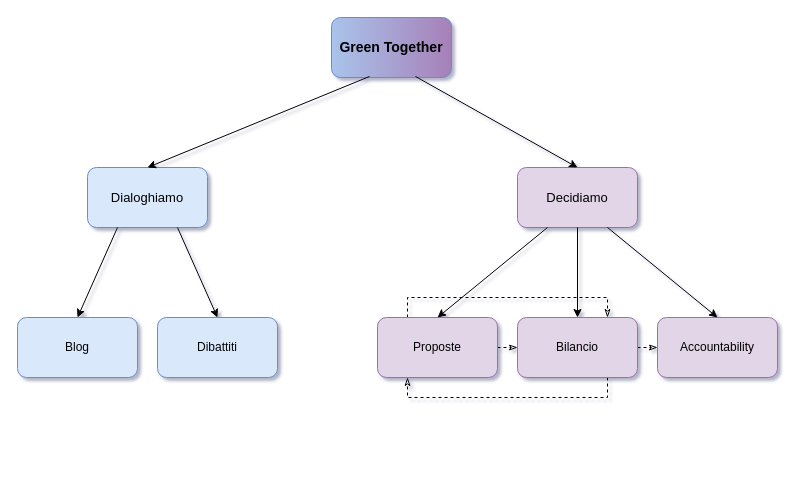
Above: Diagramma.drawio in antongiacomo/Slide-CDT (draw.io), before the change. Source tidied: cells renumbered, new cells numbered last; positions are measured from the earlier drawing's top-left corner, leaving out a move shared by most shapes. Both pictures are drawn from the tidied source at 100%, with x=0, y=0 at pixel (17, 17).
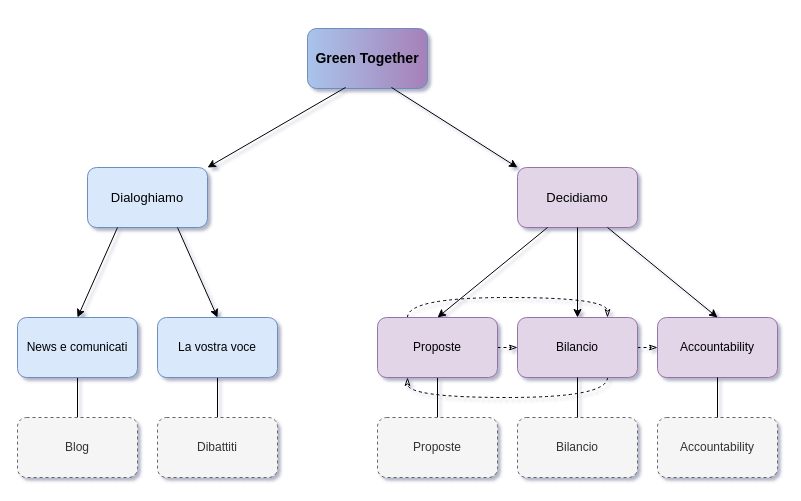
The same diagram, later.

Unchanged cells that the change refers to:
```xml
<mxCell id="4" value="&lt;font style=&quot;font-size: 13px&quot;&gt;Dialoghiamo&lt;/font&gt;" style="rounded=1;whiteSpace=wrap;html=1;fillColor=#dae8fc;strokeColor=#6c8ebf;" parent="1" vertex="1">
  <mxGeometry x="70" y="150" width="120" height="60" as="geometry" />
</mxCell>
<mxCell id="7" value="Accountability" style="rounded=1;whiteSpace=wrap;html=1;fillColor=#e1d5e7;strokeColor=#9673a6;" parent="1" vertex="1">
  <mxGeometry x="640" y="300" width="120" height="60" as="geometry" />
</mxCell>
<mxCell id="10" value="Bilancio" style="rounded=1;whiteSpace=wrap;html=1;fillColor=#e1d5e7;strokeColor=#9673a6;" parent="1" vertex="1">
  <mxGeometry x="500" y="300" width="120" height="60" as="geometry" />
</mxCell>
<mxCell id="13" value="Proposte" style="rounded=1;whiteSpace=wrap;html=1;fillColor=#e1d5e7;strokeColor=#9673a6;" parent="1" vertex="1">
  <mxGeometry x="360" y="300" width="120" height="60" as="geometry" />
</mxCell>
```

What changed in the source:
```diff
@@
     <mxCell id="2" value="&lt;b&gt;&lt;font style=&quot;font-size: 14px&quot;&gt;Green Together&lt;/font&gt;&lt;/b&gt;" style="rounded=1;whiteSpace=wrap;html=1;strokeColor=#6c8ebf;gradientDirection=east;fillColor=#A9C4EB;gradientColor=#A680B8;" parent="1" vertex="1">
-      <mxGeometry x="314" width="120" height="60" as="geometry" />
+      <mxGeometry x="290" y="11" width="120" height="60" as="geometry" />
     </mxCell>
-    <mxCell id="3" value="&lt;font style=&quot;font-size: 13px&quot;&gt;Decidiamo&lt;/font&gt;" style="rounded=1;whiteSpace=wrap;html=1;fillColor=#e1d5e7;strokeColor=#9673a6;" parent="1" vertex="1">
+    <mxCell id="3" value="&lt;font style=&quot;font-size: 13px&quot;&gt;Decidiamo&lt;/font&gt;" style="rounded=1;whiteSpace=wrap;html=1;fillColor=#e1d5e7;strokeColor=#9673A6;" parent="1" vertex="1">
       <mxGeometry x="500" y="150" width="120" height="60" as="geometry" />
     </mxCell>
@@
+    <mxCell id="21" style="edgeStyle=orthogonalEdgeStyle;rounded=0;jettySize=auto;html=1;exitX=0.5;exitY=1;exitDx=0;exitDy=0;entryX=0.5;entryY=0;entryDx=0;entryDy=0;endArrow=none;endFill=0;" parent="1" edge="1" source="5" target="28">
+      <mxGeometry relative="1" as="geometry" />
+    </mxCell>
-    <mxCell id="5" value="Dibattiti" style="rounded=1;whiteSpace=wrap;html=1;fillColor=#dae8fc;strokeColor=#6c8ebf;" parent="1" vertex="1">
+    <mxCell id="5" value="La vostra voce" style="rounded=1;whiteSpace=wrap;html=1;fillColor=#dae8fc;strokeColor=#6c8ebf;" parent="1" vertex="1">
       <mxGeometry x="140" y="300" width="120" height="60" as="geometry" />
     </mxCell>
+    <mxCell id="22" style="edgeStyle=orthogonalEdgeStyle;rounded=0;jettySize=auto;html=1;exitX=0.5;exitY=1;exitDx=0;exitDy=0;entryX=0.5;entryY=0;entryDx=0;entryDy=0;endArrow=none;endFill=0;" parent="1" edge="1" source="6" target="26">
+      <mxGeometry relative="1" as="geometry" />
+    </mxCell>
-    <mxCell id="6" value="Blog" style="rounded=1;whiteSpace=wrap;html=1;fillColor=#dae8fc;strokeColor=#6c8ebf;" parent="1" vertex="1">
+    <mxCell id="6" value="News e comunicati" style="rounded=1;whiteSpace=wrap;html=1;fillColor=#dae8fc;strokeColor=#6c8ebf;" parent="1" vertex="1">
       <mxGeometry y="300" width="120" height="60" as="geometry" />
     </mxCell>
+    <mxCell id="23" style="edgeStyle=orthogonalEdgeStyle;rounded=0;jettySize=auto;html=1;exitX=0.5;exitY=1;exitDx=0;exitDy=0;strokeColor=none;" parent="1" edge="1" source="7" target="29">
+      <mxGeometry relative="1" as="geometry" />
+    </mxCell>
@@
-    <mxCell id="9" style="edgeStyle=orthogonalEdgeStyle;rounded=0;jettySize=auto;html=1;exitX=0.75;exitY=1;exitDx=0;exitDy=0;dashed=1;entryX=0.25;entryY=1;entryDx=0;entryDy=0;endArrow=classicThin;endFill=0;" parent="1" edge="1" source="10" target="13">
+    <mxCell id="9" style="edgeStyle=orthogonalEdgeStyle;jettySize=auto;html=1;exitX=0.75;exitY=1;exitDx=0;exitDy=0;dashed=1;entryX=0.25;entryY=1;entryDx=0;entryDy=0;endArrow=classicThin;endFill=0;curved=1;" parent="1" edge="1" source="10" target="13">
       <mxGeometry relative="1" as="geometry">
         <Array as="points">
           <mxPoint x="590" y="380" />
           <mxPoint x="390" y="380" />
         </Array>
       </mxGeometry>
     </mxCell>
+    <mxCell id="24" style="edgeStyle=orthogonalEdgeStyle;rounded=0;jettySize=auto;html=1;exitX=0.5;exitY=1;exitDx=0;exitDy=0;entryX=0.5;entryY=0;entryDx=0;entryDy=0;strokeColor=none;" parent="1" edge="1" source="10" target="30">
+      <mxGeometry relative="1" as="geometry" />
+    </mxCell>
@@
-    <mxCell id="12" style="edgeStyle=orthogonalEdgeStyle;rounded=0;jettySize=auto;html=1;exitX=0.25;exitY=0;exitDx=0;exitDy=0;entryX=0.75;entryY=0;entryDx=0;entryDy=0;dashed=1;endArrow=classicThin;endFill=0;" parent="1" edge="1" source="13" target="10">
+    <mxCell id="12" style="edgeStyle=orthogonalEdgeStyle;jettySize=auto;html=1;exitX=0.25;exitY=0;exitDx=0;exitDy=0;entryX=0.75;entryY=0;entryDx=0;entryDy=0;dashed=1;endArrow=classicThin;endFill=0;curved=1;" parent="1" edge="1" source="13" target="10">
       <mxGeometry relative="1" as="geometry">
         <Array as="points">
           <mxPoint x="390" y="280" />
           <mxPoint x="590" y="280" />
         </Array>
       </mxGeometry>
     </mxCell>
+    <mxCell id="25" style="edgeStyle=orthogonalEdgeStyle;rounded=0;jettySize=auto;html=1;exitX=0.5;exitY=1;exitDx=0;exitDy=0;endArrow=none;endFill=0;" parent="1" edge="1" source="13" target="31">
+      <mxGeometry relative="1" as="geometry" />
+    </mxCell>
@@
-    <mxCell id="14" style="endArrow=classic;html=1;exitX=0.317;exitY=0.983;exitDx=0;exitDy=0;exitPerimeter=0;entryX=0.5;entryY=0;entryDx=0;entryDy=0;" parent="1" edge="1" source="2" target="4">
+    <mxCell id="14" style="endArrow=classic;html=1;exitX=0.317;exitY=0.983;exitDx=0;exitDy=0;exitPerimeter=0;entryX=1;entryY=0;entryDx=0;entryDy=0;" parent="1" edge="1" source="2" target="4">
       <mxGeometry relative="1" as="geometry" />
     </mxCell>
-    <mxCell id="15" style="endArrow=classic;html=1;exitX=0.7;exitY=0.983;exitDx=0;exitDy=0;exitPerimeter=0;entryX=0.5;entryY=0;entryDx=0;entryDy=0;" parent="1" edge="1" source="2" target="3">
+    <mxCell id="15" style="endArrow=classic;html=1;exitX=0.7;exitY=0.983;exitDx=0;exitDy=0;exitPerimeter=0;entryX=0;entryY=0;entryDx=0;entryDy=0;" parent="1" edge="1" source="2" target="3">
       <mxGeometry relative="1" as="geometry" />
     </mxCell>
@@
+    <mxCell id="26" value="Blog" style="rounded=1;whiteSpace=wrap;html=1;fillColor=#f5f5f5;strokeColor=#666666;fontColor=#333333;dashed=1;" parent="1" vertex="1">
+      <mxGeometry y="400" width="120" height="60" as="geometry" />
+    </mxCell>
+    <mxCell id="27" style="edgeStyle=orthogonalEdgeStyle;rounded=0;orthogonalLoop=1;jettySize=auto;html=1;exitX=0.5;exitY=0;exitDx=0;exitDy=0;entryX=0.5;entryY=0;entryDx=0;entryDy=0;fillColor=#f5f5f5;strokeColor=#666666;" parent="1" edge="1" source="28" target="28">
+      <mxGeometry relative="1" as="geometry" />
+    </mxCell>
+    <mxCell id="28" value="Dibattiti" style="rounded=1;whiteSpace=wrap;html=1;fillColor=#f5f5f5;strokeColor=#666666;fontColor=#333333;dashed=1;" parent="1" vertex="1">
+      <mxGeometry x="140" y="400" width="120" height="60" as="geometry" />
+    </mxCell>
+    <mxCell id="29" value="Accountability" style="rounded=1;whiteSpace=wrap;html=1;fillColor=#f5f5f5;strokeColor=#666666;fontColor=#333333;dashed=1;" parent="1" vertex="1">
+      <mxGeometry x="640" y="400" width="120" height="60" as="geometry" />
+    </mxCell>
+    <mxCell id="30" value="Bilancio" style="rounded=1;whiteSpace=wrap;html=1;fillColor=#f5f5f5;strokeColor=#666666;fontColor=#333333;dashed=1;" parent="1" vertex="1">
+      <mxGeometry x="500" y="400" width="120" height="60" as="geometry" />
+    </mxCell>
+    <mxCell id="31" value="Proposte" style="rounded=1;whiteSpace=wrap;html=1;fillColor=#f5f5f5;strokeColor=#666666;fontColor=#333333;dashed=1;" parent="1" vertex="1">
+      <mxGeometry x="360" y="400" width="120" height="60" as="geometry" />
+    </mxCell>
+    <mxCell id="32" style="edgeStyle=orthogonalEdgeStyle;rounded=0;jettySize=auto;html=1;exitX=0.5;exitY=1;exitDx=0;exitDy=0;endArrow=none;endFill=0;entryX=0.5;entryY=0;entryDx=0;entryDy=0;" parent="1" edge="1" source="10" target="30">
+      <mxGeometry relative="1" as="geometry" />
+    </mxCell>
+    <mxCell id="33" style="edgeStyle=orthogonalEdgeStyle;rounded=0;jettySize=auto;html=1;exitX=0.5;exitY=1;exitDx=0;exitDy=0;endArrow=none;endFill=0;entryX=0.5;entryY=0;entryDx=0;entryDy=0;" parent="1" edge="1" source="7" target="29">
+      <mxGeometry relative="1" as="geometry" />
+    </mxCell>
```
